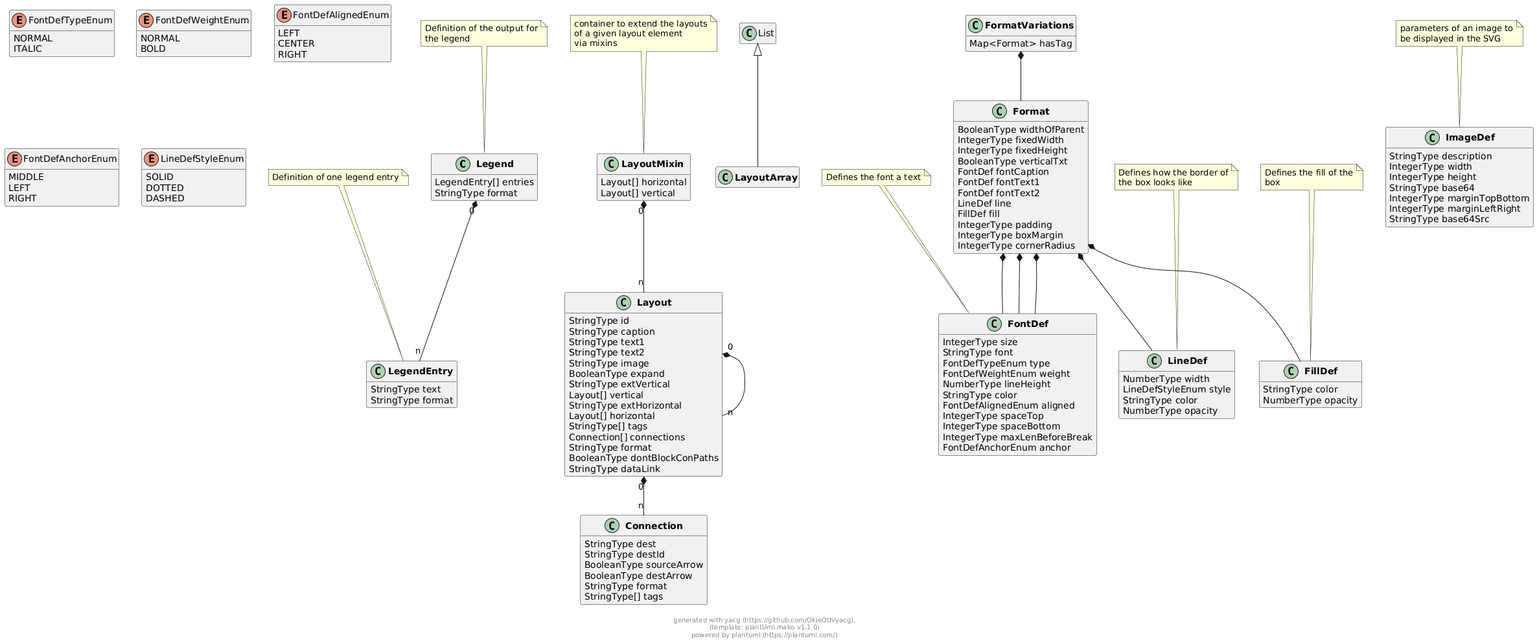
Earlier version of the PlantUML export docs/models/png/externals.png (OkieOth/draw.chart.things).
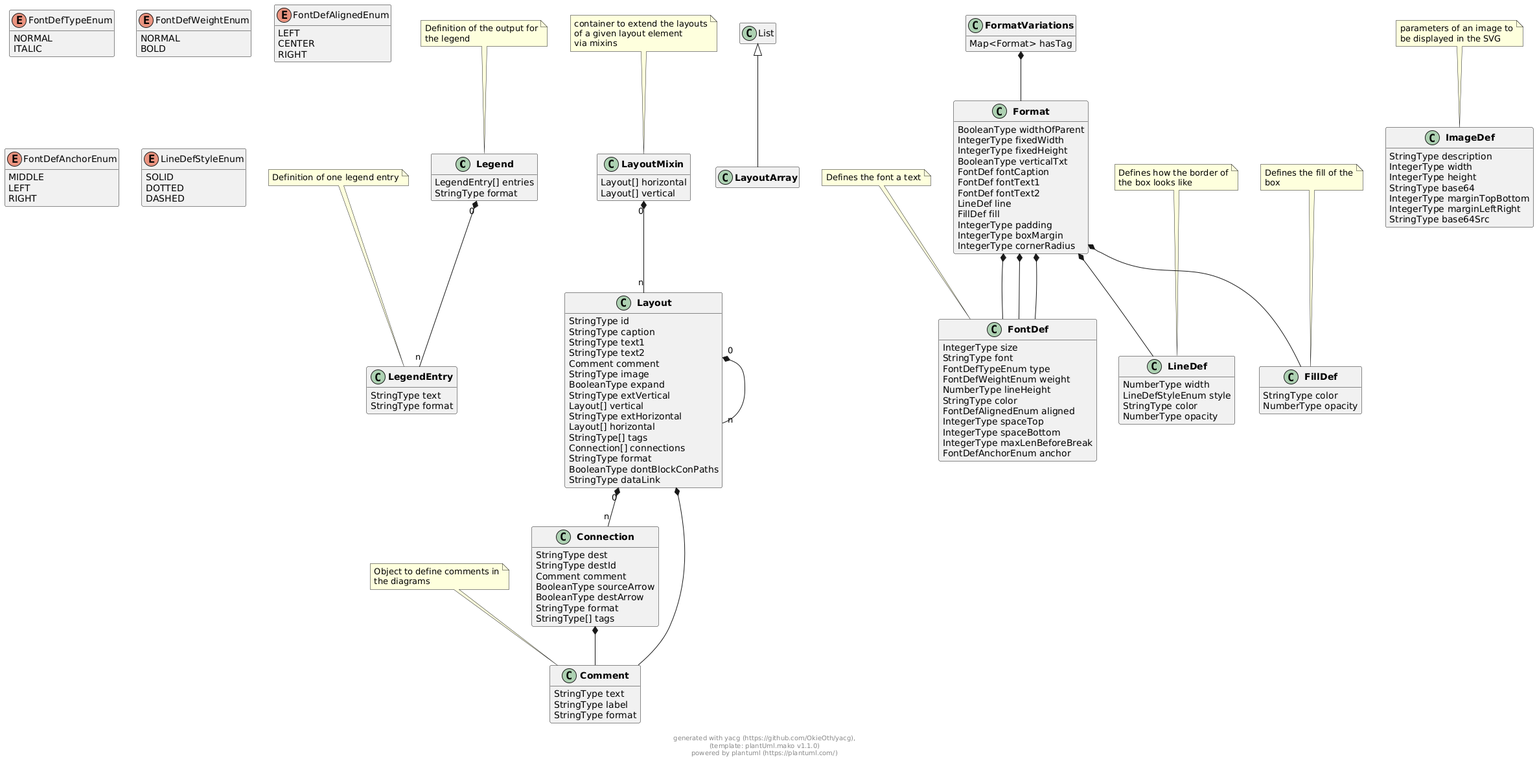
Above is the later version.

The edit, as a diff of the source:
```diff
@@ -24,6 +24,7 @@
         StringType caption
         StringType text1
         StringType text2
+        Comment comment
         StringType image
         BooleanType expand
         StringType extVertical
@@ -45,6 +46,7 @@
 class "**Connection**" as Connection {
         StringType dest
         StringType destId
+        Comment comment
         BooleanType sourceArrow
         BooleanType destArrow
         StringType format
@@ -82,6 +84,15 @@
         Map<Format> hasTag
 }
 
+
+
+
+class "**Comment**" as Comment {
+        StringType text
+        StringType label
+        StringType format
+}
+note top: Object to define comments in\nthe diagrams
 
 
 
@@ -174,6 +185,8 @@
 
 
 
+Layout  *--  Comment
+
 
 
 
@@ -190,6 +203,8 @@
 
 
 
+
+Connection  *--  Comment
 
 
 
@@ -255,5 +270,9 @@
 
 
 
+
+
+
+
 footer \ngenerated with yacg (https://github.com/OkieOth/yacg),\n(template: plantUml.mako v1.1.0)\npowered by plantuml (https://plantuml.com/)
 @enduml
```
